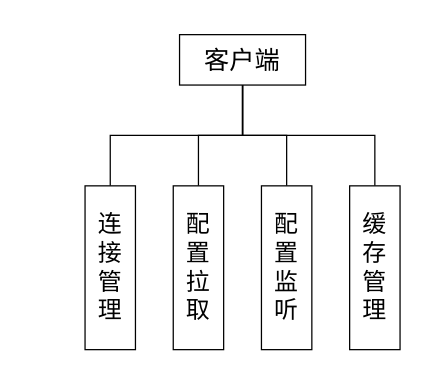
Above: page "client" (3 of 10) of 泳道图.drawio in WWj5921/ConfigCenter (draw.io), before the change. Source tidied: cells renumbered, new cells numbered last; positions are measured from the earlier drawing's top-left corner, leaving out a move shared by most shapes. Both pictures are drawn from the tidied source at 126%, with x=0, y=0 at pixel (84, 34).
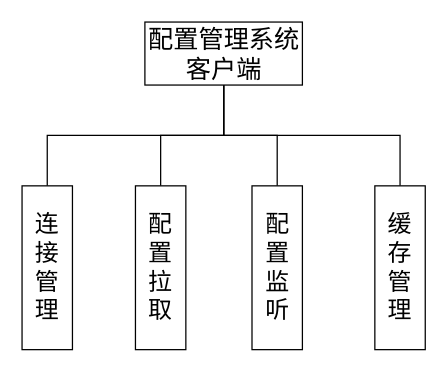
Above is the later version.

Diff of the diagram source:
```diff
@@
 <mxGraphModel>
   <root>
     <mxCell id="0" />
     <mxCell id="1" parent="0" />
     <mxCell id="2" style="edgeStyle=orthogonalEdgeStyle;rounded=0;jettySize=auto;html=1;exitX=0.5;exitY=1;exitDx=0;exitDy=0;entryX=0.5;entryY=0;entryDx=0;entryDy=0;fontSize=18;endArrow=none;endFill=0;fontFamily=华文宋体;" parent="1" edge="1" source="6" target="7">
       <mxGeometry relative="1" as="geometry" />
     </mxCell>
     <mxCell id="3" style="edgeStyle=orthogonalEdgeStyle;rounded=0;jettySize=auto;html=1;exitX=0.5;exitY=1;exitDx=0;exitDy=0;entryX=0.5;entryY=0;entryDx=0;entryDy=0;fontSize=18;endArrow=none;endFill=0;fontFamily=华文宋体;" parent="1" edge="1" source="6" target="8">
       <mxGeometry relative="1" as="geometry" />
     </mxCell>
     <mxCell id="4" style="edgeStyle=orthogonalEdgeStyle;rounded=0;jettySize=auto;html=1;exitX=0.5;exitY=1;exitDx=0;exitDy=0;entryX=0.5;entryY=0;entryDx=0;entryDy=0;fontSize=18;endArrow=none;endFill=0;fontFamily=华文宋体;" parent="1" edge="1" source="6" target="9">
       <mxGeometry relative="1" as="geometry" />
     </mxCell>
     <mxCell id="5" style="edgeStyle=orthogonalEdgeStyle;rounded=0;jettySize=auto;html=1;exitX=0.5;exitY=1;exitDx=0;exitDy=0;entryX=0.5;entryY=0;entryDx=0;entryDy=0;fontSize=18;endArrow=none;endFill=0;fontFamily=华文宋体;" parent="1" edge="1" source="6" target="10">
       <mxGeometry relative="1" as="geometry" />
     </mxCell>
-    <mxCell id="6" value="客户端" style="rounded=0;whiteSpace=wrap;html=1;fontSize=20;fontColor=#000000;fontFamily=华文宋体;" parent="1" vertex="1">
-      <mxGeometry x="75" width="100" height="40" as="geometry" />
+    <mxCell id="6" value="配置管理系统&lt;br&gt;客户端" style="rounded=0;whiteSpace=wrap;html=1;fontSize=20;fontColor=#000000;fontFamily=华文宋体;" parent="1" vertex="1">
+      <mxGeometry x="47.5" y="-10" width="125" height="50" as="geometry" />
     </mxCell>
     <mxCell id="7" value="连&lt;br&gt;接&lt;br&gt;管&lt;br&gt;理" style="rounded=0;whiteSpace=wrap;html=1;fontSize=19;fontColor=#000000;fontFamily=华文宋体;" parent="1" vertex="1">
-      <mxGeometry y="120" width="40" height="130" as="geometry" />
+      <mxGeometry x="-50" y="120" width="40" height="130" as="geometry" />
     </mxCell>
     <mxCell id="8" value="配&lt;br&gt;置&lt;br&gt;拉&lt;br&gt;取" style="rounded=0;whiteSpace=wrap;html=1;fontSize=19;fontColor=#000000;fontFamily=华文宋体;" parent="1" vertex="1">
-      <mxGeometry x="70" y="120" width="40" height="130" as="geometry" />
+      <mxGeometry x="40" y="120" width="40" height="130" as="geometry" />
     </mxCell>
     <mxCell id="9" value="配&lt;br&gt;置&lt;br&gt;监&lt;br&gt;听" style="rounded=0;whiteSpace=wrap;html=1;fontSize=19;fontColor=#000000;fontFamily=华文宋体;" parent="1" vertex="1">
-      <mxGeometry x="140" y="120" width="40" height="130" as="geometry" />
+      <mxGeometry x="132.5" y="120" width="40" height="130" as="geometry" />
     </mxCell>
     <mxCell id="10" value="缓&lt;br&gt;存&lt;br&gt;管&lt;br&gt;理" style="rounded=0;whiteSpace=wrap;html=1;fontSize=19;fontColor=#000000;fontFamily=华文宋体;" parent="1" vertex="1">
-      <mxGeometry x="210" y="120" width="40" height="130" as="geometry" />
+      <mxGeometry x="230" y="120" width="40" height="130" as="geometry" />
     </mxCell>
   </root>
 </mxGraphModel>
```
